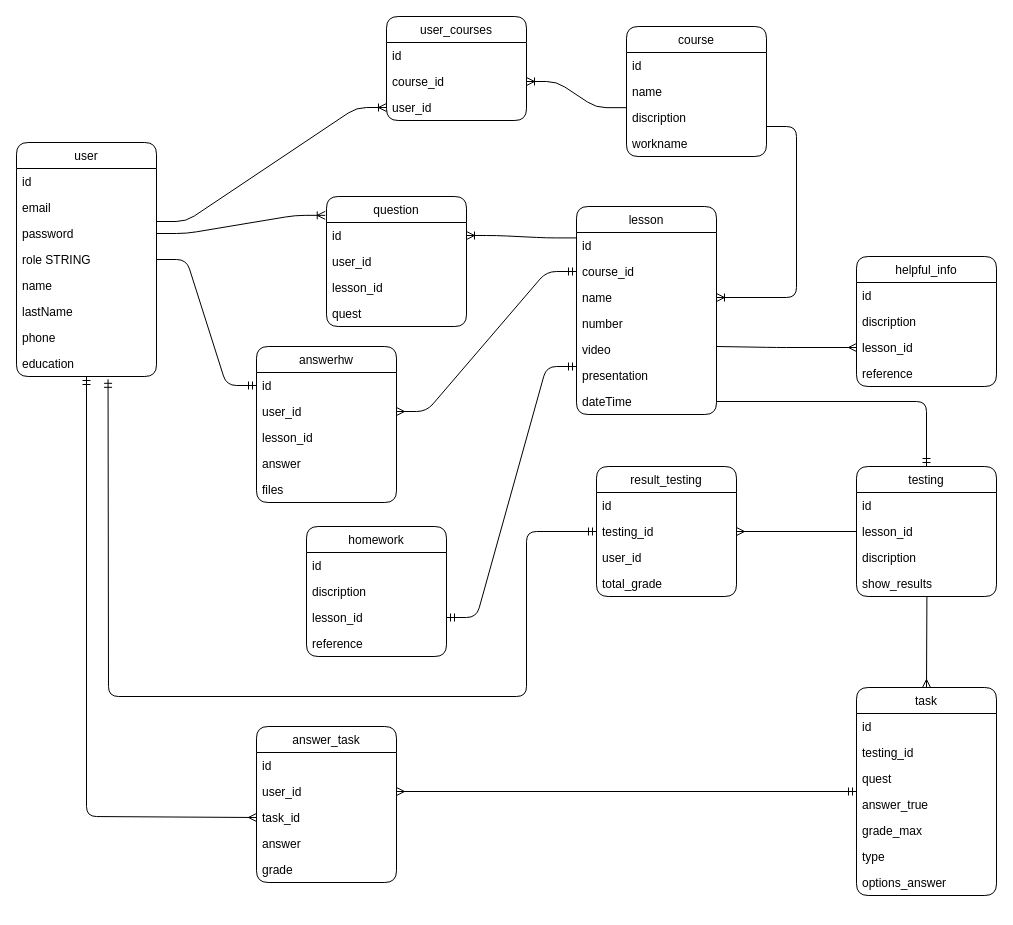
Earlier version of the draw.io diagram DatabaseDrawModel.drawio (blumkvist1/NewSoftTwo). Source tidied: cells renumbered, new cells numbered last; positions are measured from the earlier drawing's top-left corner, leaving out a move shared by most shapes. Both pictures are drawn from the tidied source at 100%, with x=0, y=0 at pixel (16, 16).
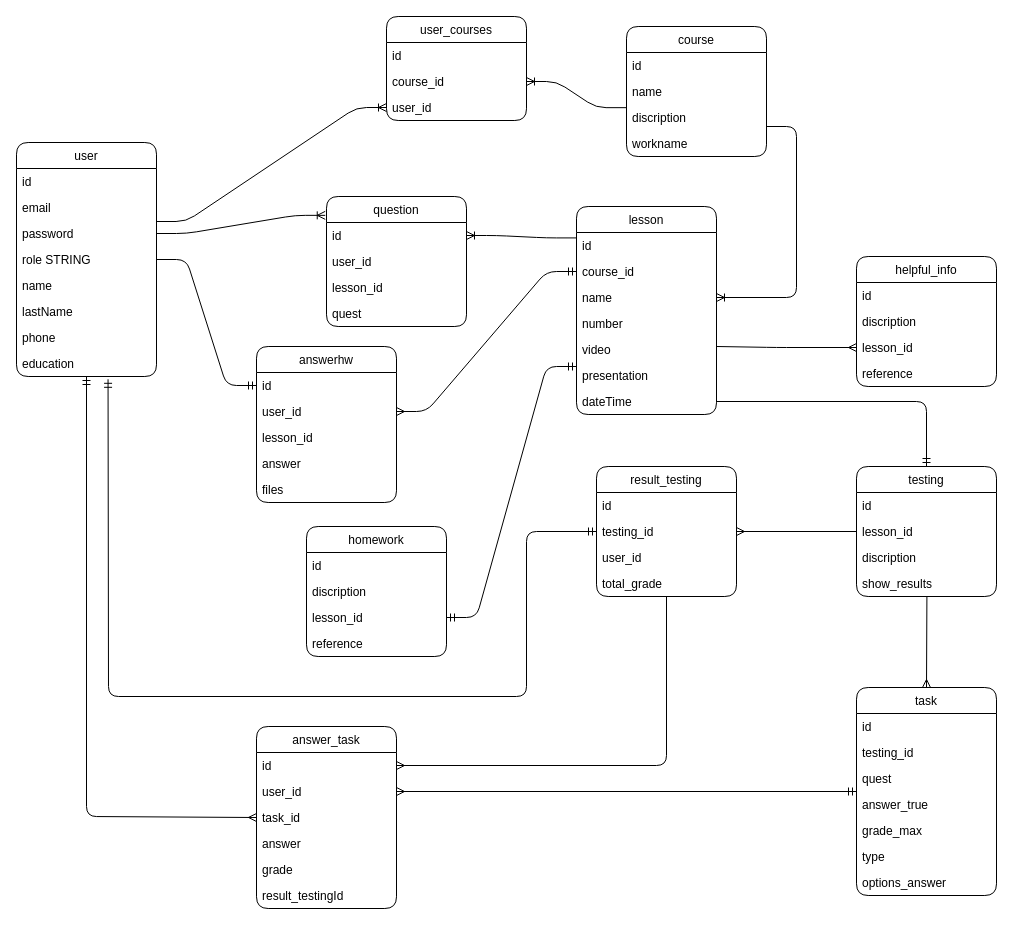
The same diagram, later.

Commit message (it also covers changes not shown here):
edit database model and drawschema and add new enpoints to testing controller, create TODO

Unchanged cells that the change refers to:
```xml
<mxCell id="77" value="id" style="text;strokeColor=none;fillColor=none;align=left;verticalAlign=top;spacingLeft=4;spacingRight=4;overflow=hidden;points=[[0,0.5],[1,0.5]];portConstraint=eastwest;rounded=1;" parent="76" vertex="1">
  <mxGeometry y="26" width="140" height="26" as="geometry" />
</mxCell>
<mxCell id="86" value="total_grade" style="text;strokeColor=none;fillColor=none;align=left;verticalAlign=top;spacingLeft=4;spacingRight=4;overflow=hidden;points=[[0,0.5],[1,0.5]];portConstraint=eastwest;rounded=1;" parent="82" vertex="1">
  <mxGeometry y="104" width="140" height="26" as="geometry" />
</mxCell>
```

Diff of the diagram source:
```diff
@@
     <mxCell id="76" value="answer_task" style="swimlane;fontStyle=0;horizontal=1;startSize=26;fillColor=none;rounded=1;" parent="1" vertex="1">
-      <mxGeometry x="240" y="710" width="140" height="156" as="geometry" />
+      <mxGeometry x="240" y="710" width="140" height="182" as="geometry" />
     </mxCell>
@@
+    <mxCell id="88" value="result_testingId" style="text;strokeColor=none;fillColor=none;align=left;verticalAlign=top;spacingLeft=4;spacingRight=4;overflow=hidden;rounded=1;" parent="76" vertex="1">
+      <mxGeometry y="156" width="140" height="26" as="geometry" />
+    </mxCell>
@@
+    <mxCell id="89" style="edgeStyle=none;html=1;entryX=1;entryY=0.5;entryDx=0;entryDy=0;endArrow=ERmany;endFill=0;" parent="1" edge="1" source="86" target="77">
+      <mxGeometry relative="1" as="geometry">
+        <Array as="points">
+          <mxPoint x="650" y="749" />
+        </Array>
+      </mxGeometry>
+    </mxCell>
```
